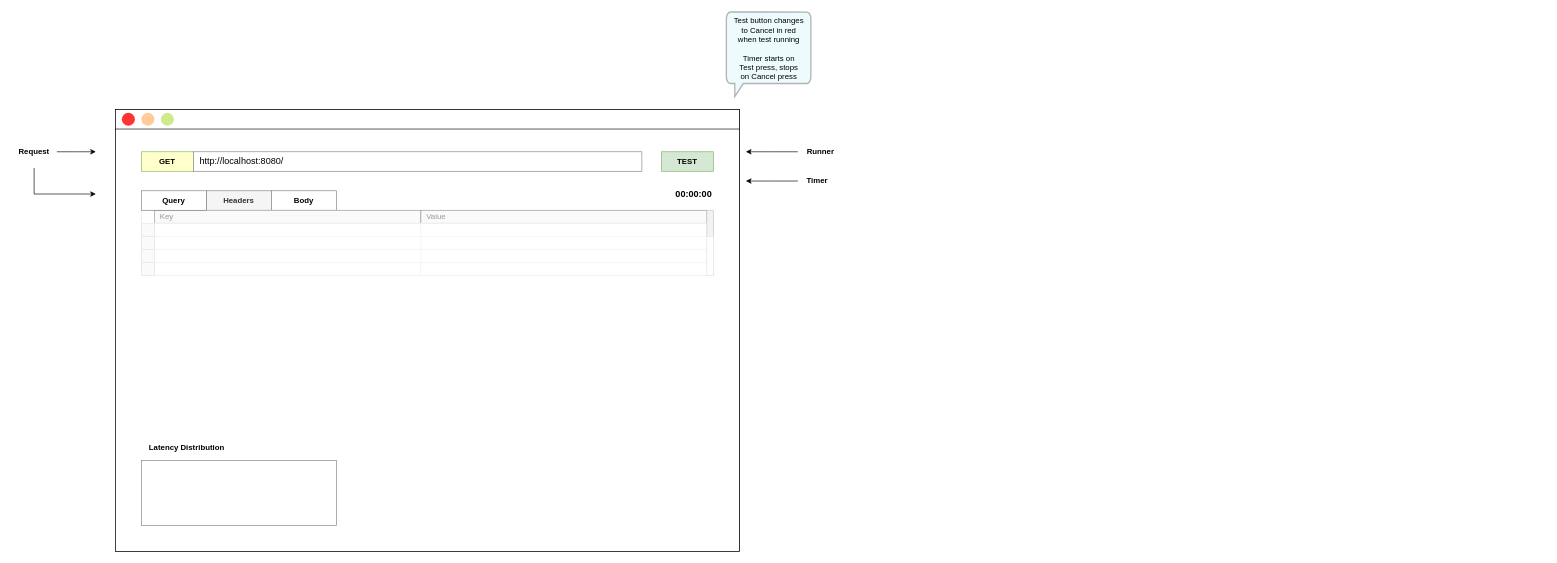
The draw.io diagram mockups.drawio in upsidefrown/fasload, before the edit. Source tidied: cells renumbered, new cells numbered last; positions are measured from the earlier drawing's top-left corner, leaving out a move shared by most shapes. Both pictures are drawn from the tidied source at 65%, with x=0, y=0 at pixel (11, 12).
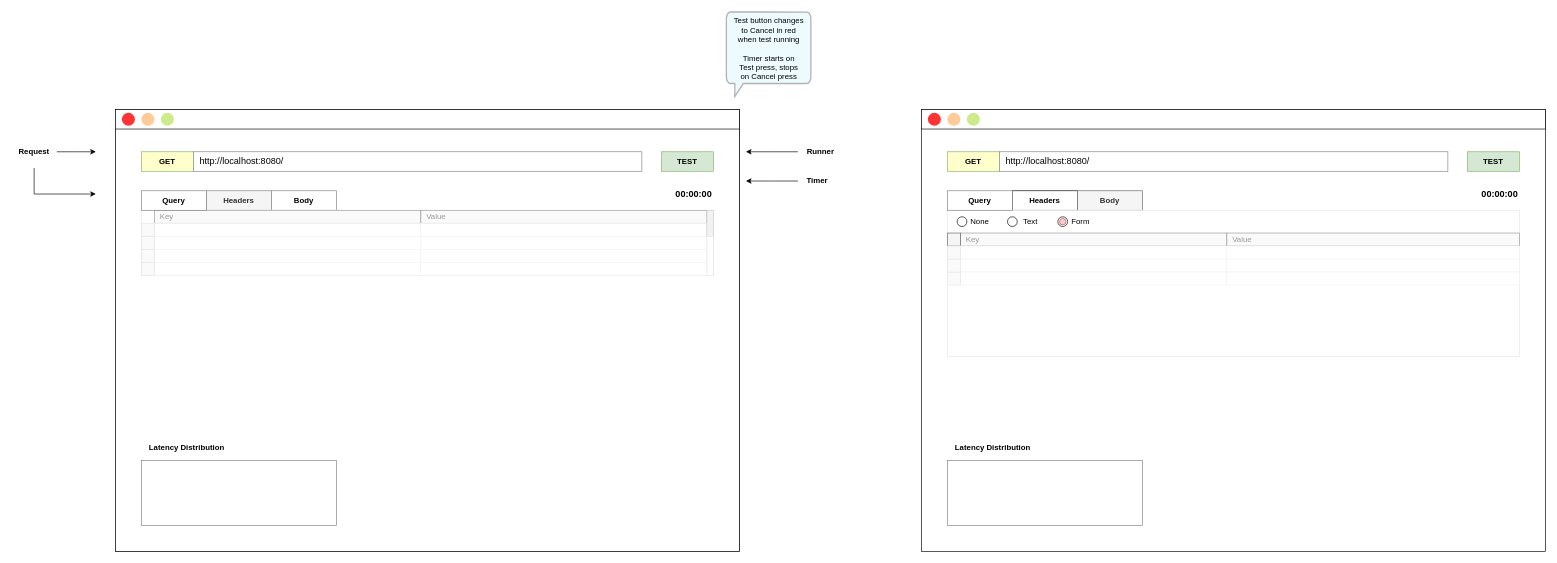
Above is the later version.

Commit message:
mockup request body tab

Diff of the diagram source:
```diff
@@
+    <mxCell id="43" style="group;fontStyle=1;align=left;" parent="1" vertex="1">
+      <mxGeometry x="1400" y="150" width="960" height="680" as="geometry" />
+    </mxCell>
+    <mxCell id="44" style="rounded=0;whiteSpace=wrap;html=1;" parent="43" vertex="1">
+      <mxGeometry width="960" height="680" as="geometry" />
+    </mxCell>
+    <mxCell id="45" style="rounded=0;whiteSpace=wrap;html=1;" parent="43" vertex="1">
+      <mxGeometry width="960" height="30" as="geometry" />
+    </mxCell>
+    <mxCell id="46" style="ellipse;whiteSpace=wrap;html=1;fontColor=#ffffff;strokeColor=none;fillColor=#FF3333;" parent="43" vertex="1">
+      <mxGeometry x="10" y="5" width="20" height="20" as="geometry" />
+    </mxCell>
+    <mxCell id="47" style="ellipse;whiteSpace=wrap;html=1;fillColor=#ffcc99;strokeColor=none;" parent="43" vertex="1">
+      <mxGeometry x="40" y="5" width="20" height="20" as="geometry" />
+    </mxCell>
+    <mxCell id="48" style="ellipse;whiteSpace=wrap;html=1;fillColor=#cdeb8b;strokeColor=none;" parent="43" vertex="1">
+      <mxGeometry x="70" y="5" width="20" height="20" as="geometry" />
+    </mxCell>
+    <mxCell id="49" value="&lt;b&gt;TEST&lt;/b&gt;" style="rounded=0;whiteSpace=wrap;html=1;align=center;fillColor=#d5e8d4;strokeColor=#82b366;" parent="43" vertex="1">
+      <mxGeometry x="840" y="65" width="80" height="30" as="geometry" />
+    </mxCell>
+    <mxCell id="50" style="html=1;dashed=0;whitespace=wrap;labelBackgroundColor=none;fillColor=none;align=left;strokeColor=#808080;" parent="43" vertex="1">
+      <mxGeometry x="40" y="540" width="300" height="100" as="geometry" />
+    </mxCell>
+    <mxCell id="51" value="&lt;b&gt;Latency Distribution&lt;/b&gt;" style="text;html=1;strokeColor=none;fillColor=none;align=center;verticalAlign=middle;whiteSpace=wrap;rounded=0;labelBackgroundColor=none;" parent="43" vertex="1">
+      <mxGeometry x="40" y="510" width="140" height="20" as="geometry" />
+    </mxCell>
+    <mxCell id="52" value="&lt;b&gt;Headers&lt;/b&gt;" style="rounded=0;whiteSpace=wrap;html=1;align=center;" parent="43" vertex="1">
+      <mxGeometry x="140" y="125" width="100" height="30" as="geometry" />
+    </mxCell>
+    <mxCell id="53" value="&lt;b&gt;&lt;font style=&quot;font-size: 14px&quot;&gt;00:00:00&lt;/font&gt;&lt;/b&gt;" style="text;html=1;strokeColor=none;fillColor=none;align=right;verticalAlign=middle;whiteSpace=wrap;rounded=0;" parent="43" vertex="1">
+      <mxGeometry x="840" y="120" width="80" height="20" as="geometry" />
+    </mxCell>
+    <mxCell id="54" value="&lt;b&gt;Body&lt;/b&gt;" style="rounded=0;whiteSpace=wrap;html=1;align=center;strokeColor=#666666;fillColor=#f5f5f5;fontColor=#333333;" parent="43" vertex="1">
+      <mxGeometry x="240" y="125" width="100" height="30" as="geometry" />
+    </mxCell>
+    <mxCell id="55" style="rounded=0;whiteSpace=wrap;html=1;align=left;strokeColor=#E6E6E6;" parent="43" vertex="1">
+      <mxGeometry x="40" y="155" width="880" height="225" as="geometry" />
+    </mxCell>
+    <mxCell id="56" value="&lt;b&gt;Query&lt;/b&gt;" style="rounded=0;whiteSpace=wrap;html=1;align=center;strokeColor=#808080;" parent="43" vertex="1">
+      <mxGeometry x="40" y="125" width="100" height="30" as="geometry" />
+    </mxCell>
+    <mxCell id="57" style="group;" parent="43" vertex="1">
+      <mxGeometry x="40" y="65" width="880" height="30" as="geometry" />
+    </mxCell>
+    <mxCell id="58" value="GET" style="rounded=0;whiteSpace=wrap;html=1;strokeColor=#82b366;fontStyle=1;fillColor=#FFFFCC;" parent="57" vertex="1">
+      <mxGeometry width="80" height="30" as="geometry" />
+    </mxCell>
+    <mxCell id="59" value="&lt;span style=&quot;font-size: 14px&quot;&gt;&amp;nbsp; http://localhost:8080/&lt;/span&gt;" style="rounded=0;whiteSpace=wrap;html=1;align=left;strokeColor=#808080;" parent="57" vertex="1">
+      <mxGeometry x="80" width="690" height="30" as="geometry" />
+    </mxCell>
+    <mxCell id="60" style="ellipse;whiteSpace=wrap;html=1;strokeColor=#000000;" parent="43" vertex="1">
+      <mxGeometry x="55" y="165" width="15" height="15" as="geometry" />
+    </mxCell>
+    <mxCell id="61" value="None" style="text;html=1;strokeColor=none;fillColor=none;align=center;verticalAlign=middle;whiteSpace=wrap;rounded=0;" parent="43" vertex="1">
+      <mxGeometry x="70" y="162.5" width="40" height="20" as="geometry" />
+    </mxCell>
+    <mxCell id="62" style="ellipse;whiteSpace=wrap;html=1;strokeColor=#000000;" parent="43" vertex="1">
+      <mxGeometry x="132.5" y="165" width="15" height="15" as="geometry" />
+    </mxCell>
+    <mxCell id="63" value="Text" style="text;html=1;strokeColor=none;fillColor=none;align=center;verticalAlign=middle;whiteSpace=wrap;rounded=0;" parent="43" vertex="1">
+      <mxGeometry x="147.5" y="162.5" width="40" height="20" as="geometry" />
+    </mxCell>
+    <mxCell id="64" style="ellipse;whiteSpace=wrap;html=1;strokeColor=#000000;" parent="43" vertex="1">
+      <mxGeometry x="210" y="165" width="15" height="15" as="geometry" />
+    </mxCell>
+    <mxCell id="65" value="Form" style="text;html=1;strokeColor=none;fillColor=none;align=center;verticalAlign=middle;whiteSpace=wrap;rounded=0;" parent="43" vertex="1">
+      <mxGeometry x="225" y="162.5" width="40" height="20" as="geometry" />
+    </mxCell>
+    <mxCell id="66" style="ellipse;whiteSpace=wrap;html=1;strokeColor=#b85450;fillColor=#f8cecc;" parent="43" vertex="1">
+      <mxGeometry x="212.5" y="167.5" width="10" height="10" as="geometry" />
+    </mxCell>
+    <mxCell id="67" value="&lt;font color=&quot;#999999&quot;&gt;&amp;nbsp; Key&lt;/font&gt;" style="rounded=0;whiteSpace=wrap;html=1;align=left;labelBackgroundColor=none;fillColor=#FAFAFA;strokeColor=#999999;" parent="43" vertex="1">
+      <mxGeometry x="60" y="190" width="410" height="20" as="geometry" />
+    </mxCell>
+    <mxCell id="68" value="&lt;font color=&quot;#999999&quot;&gt;&amp;nbsp; Value&lt;/font&gt;" style="rounded=0;whiteSpace=wrap;html=1;align=left;labelBackgroundColor=none;fillColor=#FAFAFA;strokeColor=#999999;" parent="43" vertex="1">
+      <mxGeometry x="470" y="190" width="450" height="20" as="geometry" />
+    </mxCell>
+    <mxCell id="69" style="rounded=0;whiteSpace=wrap;html=1;fillColor=#f5f5f5;strokeColor=#666666;fontColor=#333333;" parent="43" vertex="1">
+      <mxGeometry x="40" y="190" width="20" height="20" as="geometry" />
+    </mxCell>
+    <mxCell id="70" style="rounded=0;whiteSpace=wrap;html=1;align=left;labelBackgroundColor=none;fillColor=#FFFFFF;strokeColor=#F2F2F2;" parent="43" vertex="1">
+      <mxGeometry x="60" y="210" width="410" height="20" as="geometry" />
+    </mxCell>
+    <mxCell id="71" style="rounded=0;whiteSpace=wrap;html=1;align=left;labelBackgroundColor=none;fillColor=#FFFFFF;strokeColor=#F2F2F2;" parent="43" vertex="1">
+      <mxGeometry x="60" y="230" width="410" height="20" as="geometry" />
+    </mxCell>
+    <mxCell id="72" style="rounded=0;whiteSpace=wrap;html=1;align=left;labelBackgroundColor=none;fillColor=#FFFFFF;strokeColor=#F2F2F2;" parent="43" vertex="1">
+      <mxGeometry x="60" y="250" width="410" height="20" as="geometry" />
+    </mxCell>
+    <mxCell id="73" style="rounded=0;whiteSpace=wrap;html=1;align=left;labelBackgroundColor=none;fillColor=#FAFAFA;strokeColor=#E6E6E6;" parent="43" vertex="1">
+      <mxGeometry x="40" y="250" width="20" height="20" as="geometry" />
+    </mxCell>
+    <mxCell id="74" style="rounded=0;whiteSpace=wrap;html=1;align=left;labelBackgroundColor=none;fillColor=#FAFAFA;strokeColor=#E6E6E6;" parent="43" vertex="1">
+      <mxGeometry x="40" y="230" width="20" height="20" as="geometry" />
+    </mxCell>
+    <mxCell id="75" style="rounded=0;whiteSpace=wrap;html=1;align=left;labelBackgroundColor=none;fillColor=#FAFAFA;strokeColor=#E6E6E6;" parent="43" vertex="1">
+      <mxGeometry x="40" y="210" width="20" height="20" as="geometry" />
+    </mxCell>
+    <mxCell id="76" style="rounded=0;whiteSpace=wrap;html=1;align=left;labelBackgroundColor=none;fillColor=#FFFFFF;strokeColor=#F2F2F2;" parent="43" vertex="1">
+      <mxGeometry x="470" y="210" width="450" height="20" as="geometry" />
+    </mxCell>
+    <mxCell id="77" style="rounded=0;whiteSpace=wrap;html=1;align=left;labelBackgroundColor=none;fillColor=#FFFFFF;strokeColor=#F2F2F2;" parent="43" vertex="1">
+      <mxGeometry x="470" y="230" width="450" height="20" as="geometry" />
+    </mxCell>
+    <mxCell id="78" style="rounded=0;whiteSpace=wrap;html=1;align=left;labelBackgroundColor=none;fillColor=#FFFFFF;strokeColor=#F2F2F2;" parent="43" vertex="1">
+      <mxGeometry x="470" y="250" width="450" height="20" as="geometry" />
+    </mxCell>
```
